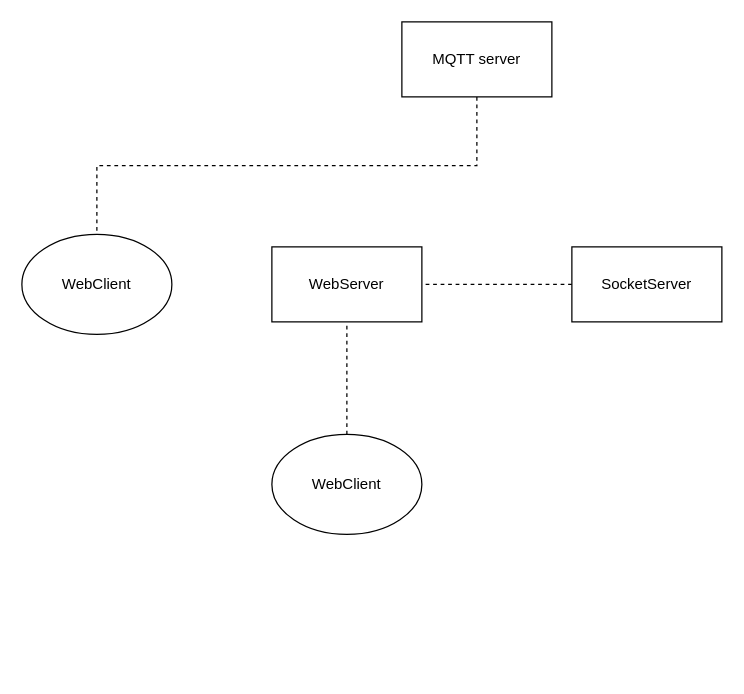
Before: cec.drawio in Ro0t-set/Assignment-01-Patriti, a draw.io diagram. Source tidied: cells renumbered, new cells numbered last; positions are measured from the earlier drawing's top-left corner, leaving out a move shared by most shapes. Both pictures are drawn from the tidied source at 125%, with x=0, y=0 at pixel (21, 21).
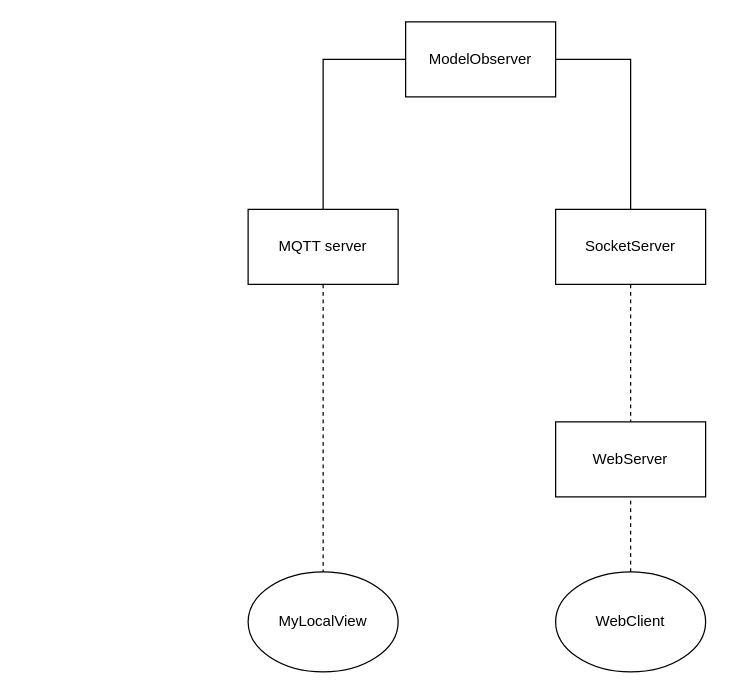
Above is the later version.

Change to the diagram source:
```diff
@@
 <mxGraphModel>
   <root>
     <mxCell id="0" />
     <mxCell id="1" parent="0" />
     <mxCell id="2" value="WebServer" style="rounded=0;whiteSpace=wrap;html=1;" parent="1" vertex="1">
-      <mxGeometry x="200" y="180" width="120" height="60" as="geometry" />
+      <mxGeometry x="427" y="320" width="120" height="60" as="geometry" />
     </mxCell>
-    <mxCell id="3" style="edgeStyle=orthogonalEdgeStyle;rounded=0;jettySize=auto;html=1;exitX=0;exitY=0.5;exitDx=0;exitDy=0;entryX=1;entryY=0.5;entryDx=0;entryDy=0;endArrow=none;endFill=0;dashed=1;" parent="1" edge="1" source="4" target="2">
+    <mxCell id="3" style="edgeStyle=orthogonalEdgeStyle;rounded=0;jettySize=auto;html=1;exitX=0.5;exitY=1;exitDx=0;exitDy=0;endArrow=none;endFill=0;dashed=1;entryX=0.5;entryY=0;entryDx=0;entryDy=0;" parent="1" edge="1" source="4" target="2">
       <mxGeometry relative="1" as="geometry" />
     </mxCell>
     <mxCell id="4" value="SocketServer" style="rounded=0;whiteSpace=wrap;html=1;" parent="1" vertex="1">
-      <mxGeometry x="440" y="180" width="120" height="60" as="geometry" />
+      <mxGeometry x="427" y="150" width="120" height="60" as="geometry" />
     </mxCell>
     <mxCell id="5" style="edgeStyle=orthogonalEdgeStyle;rounded=0;jettySize=auto;html=1;exitX=0.5;exitY=1;exitDx=0;exitDy=0;entryX=0.5;entryY=0;entryDx=0;entryDy=0;endArrow=none;endFill=0;dashed=1;" parent="1" edge="1" source="6" target="9">
       <mxGeometry relative="1" as="geometry" />
     </mxCell>
     <mxCell id="6" value="MQTT server" style="rounded=0;whiteSpace=wrap;html=1;" parent="1" vertex="1">
-      <mxGeometry x="304" width="120" height="60" as="geometry" />
+      <mxGeometry x="181" y="150" width="120" height="60" as="geometry" />
     </mxCell>
-    <mxCell id="7" style="edgeStyle=orthogonalEdgeStyle;rounded=0;jettySize=auto;html=1;dashed=1;endArrow=none;endFill=0;entryX=0.5;entryY=1;entryDx=0;entryDy=0;" parent="1" edge="1" source="8" target="2">
+    <mxCell id="7" style="edgeStyle=orthogonalEdgeStyle;rounded=0;jettySize=auto;html=1;dashed=1;endArrow=none;endFill=0;entryX=0.5;entryY=1;entryDx=0;entryDy=0;exitX=0.5;exitY=0;exitDx=0;exitDy=0;" parent="1" edge="1" source="8" target="2">
       <mxGeometry relative="1" as="geometry" />
     </mxCell>
     <mxCell id="8" value="WebClient" style="ellipse;whiteSpace=wrap;html=1;" parent="1" vertex="1">
-      <mxGeometry x="200" y="330" width="120" height="80" as="geometry" />
+      <mxGeometry x="427" y="440" width="120" height="80" as="geometry" />
     </mxCell>
-    <mxCell id="9" value="WebClient" style="ellipse;whiteSpace=wrap;html=1;" parent="1" vertex="1">
-      <mxGeometry y="170" width="120" height="80" as="geometry" />
+    <mxCell id="9" value="MyLocalView" style="ellipse;whiteSpace=wrap;html=1;" parent="1" vertex="1">
+      <mxGeometry x="181" y="440" width="120" height="80" as="geometry" />
     </mxCell>
+    <mxCell id="10" style="edgeStyle=orthogonalEdgeStyle;rounded=0;jettySize=auto;html=1;exitX=0;exitY=0.5;exitDx=0;exitDy=0;entryX=0.5;entryY=0;entryDx=0;entryDy=0;endArrow=none;endFill=0;" parent="1" edge="1" source="12" target="6">
+      <mxGeometry relative="1" as="geometry" />
+    </mxCell>
+    <mxCell id="11" style="edgeStyle=orthogonalEdgeStyle;rounded=0;jettySize=auto;html=1;exitX=1;exitY=0.5;exitDx=0;exitDy=0;entryX=0.5;entryY=0;entryDx=0;entryDy=0;endArrow=none;endFill=0;" parent="1" edge="1" source="12" target="4">
+      <mxGeometry relative="1" as="geometry" />
+    </mxCell>
+    <mxCell id="12" value="ModelObserver" style="rounded=0;whiteSpace=wrap;html=1;" parent="1" vertex="1">
+      <mxGeometry x="307" width="120" height="60" as="geometry" />
+    </mxCell>
   </root>
 </mxGraphModel>
```
